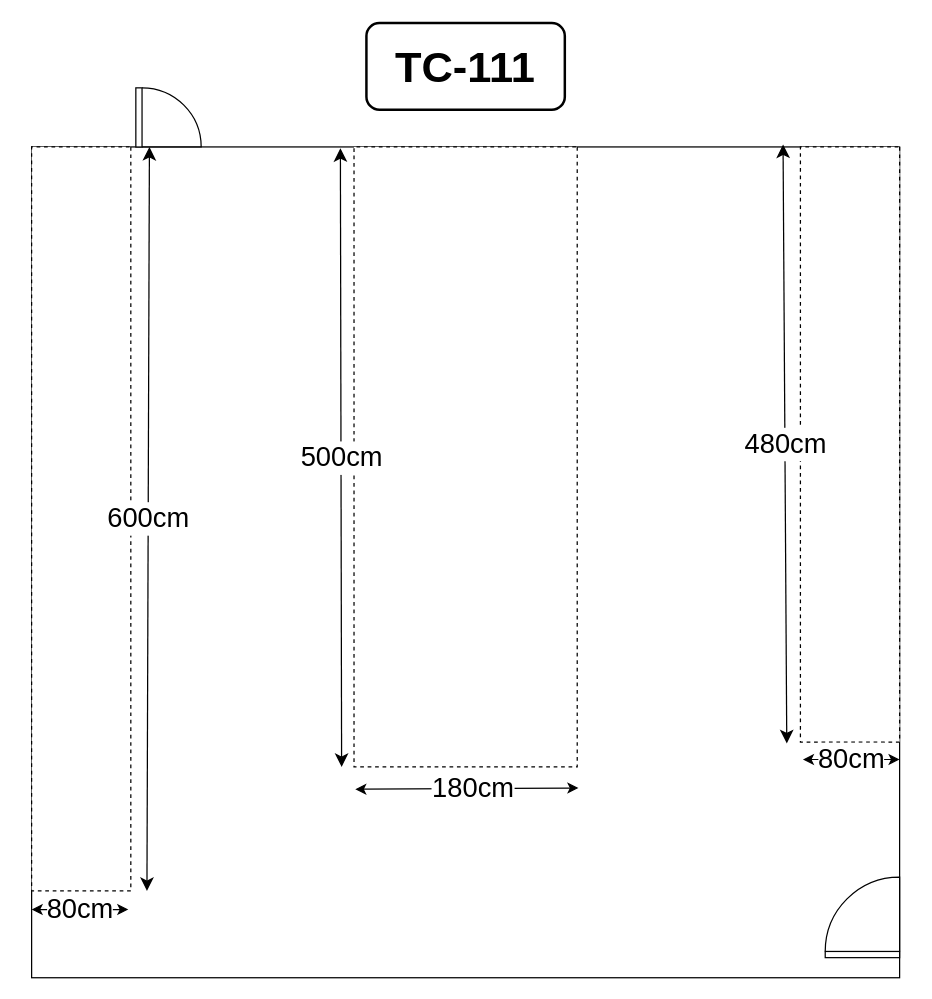
The draw.io diagram TC-111.drawio in gI7DUmmY/diagrams, before the edit. Source tidied: cells renumbered, new cells numbered last; positions are measured from the earlier drawing's top-left corner, leaving out a move shared by most shapes. Both pictures are drawn from the tidied source at 124%, with x=0, y=0 at pixel (-291, 22).
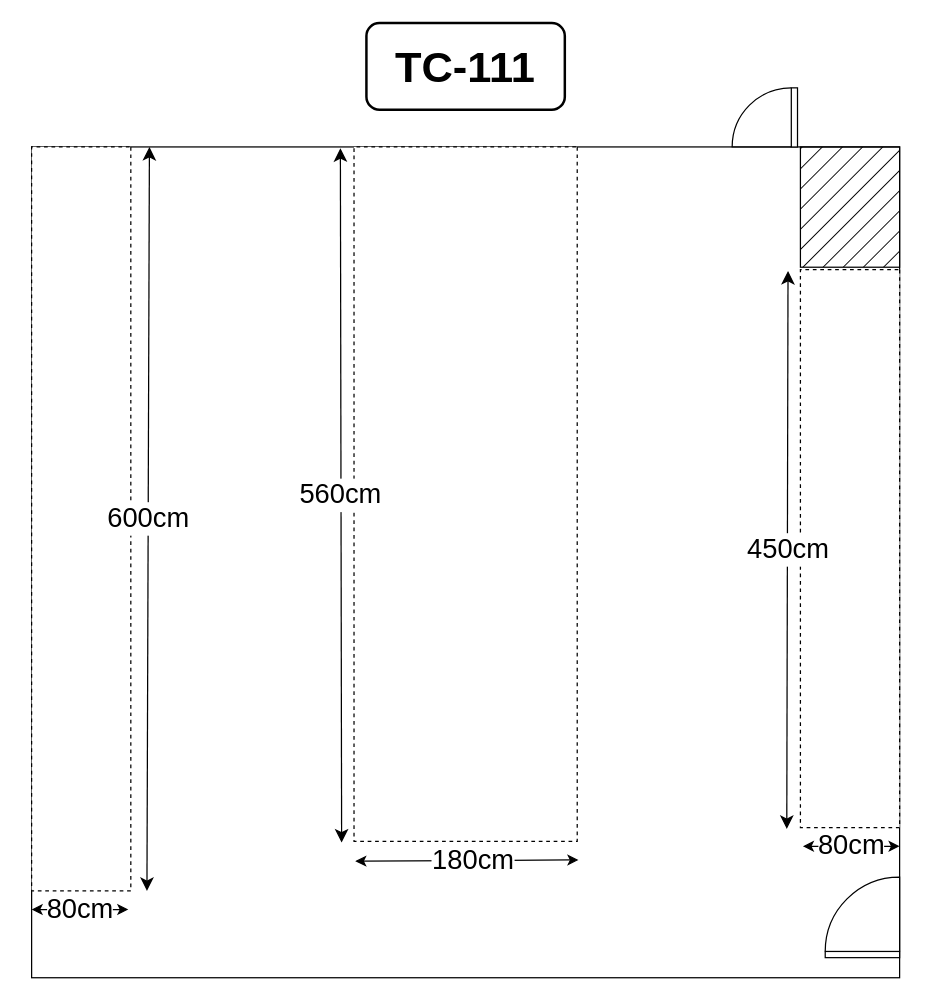
The same page after the edit.

Commit message:
Mettre à jour TC-111.drawio

Change to the diagram source:
```diff
@@
-    <mxCell id="5" value="&amp;nbsp; &amp;nbsp;&amp;nbsp;" style="verticalLabelPosition=bottom;html=1;verticalAlign=top;align=center;shape=mxgraph.floorplan.doorLeft;rotation=-90;flipV=0;legacyAnchorPoints=0;flipH=0;" parent="1" vertex="1">
-      <mxGeometry x="347" y="49.4" width="47.7" height="53.6" as="geometry" />
+    <mxCell id="5" value="&amp;nbsp; &amp;nbsp;&amp;nbsp;" style="verticalLabelPosition=bottom;html=1;verticalAlign=top;align=center;shape=mxgraph.floorplan.doorLeft;rotation=-90;flipV=1;legacyAnchorPoints=0;flipH=0;" parent="1" vertex="1">
+      <mxGeometry x="827" y="49.4" width="47.7" height="53.6" as="geometry" />
     </mxCell>
     <mxCell id="6" style="rounded=0;whiteSpace=wrap;html=1;dashed=1;rotation=90;" parent="1" vertex="1">
-      <mxGeometry x="680" y="300" width="480" height="80" as="geometry" />
+      <mxGeometry x="695" y="384" width="450" height="80" as="geometry" />
     </mxCell>
     <mxCell id="7" style="rounded=0;whiteSpace=wrap;html=1;dashed=1;rotation=90;" parent="1" vertex="1">
-      <mxGeometry x="360" y="260" width="500" height="180" as="geometry" />
+      <mxGeometry x="330" y="290" width="560" height="180" as="geometry" />
     </mxCell>
@@
-    <mxCell id="10" value="&lt;font style=&quot;font-size: 22px;&quot;&gt;500cm&lt;/font&gt;" style="edgeStyle=none;orthogonalLoop=1;jettySize=auto;html=1;endArrow=classic;startArrow=classic;endSize=8;startSize=8;rounded=0;align=center;" parent="1" edge="1">
+    <mxCell id="10" value="&lt;font style=&quot;font-size: 22px;&quot;&gt;560cm&lt;/font&gt;" style="edgeStyle=none;orthogonalLoop=1;jettySize=auto;html=1;endArrow=classic;startArrow=classic;endSize=8;startSize=8;rounded=0;align=center;" parent="1" edge="1">
       <mxGeometry relative="1" as="geometry">
         <mxPoint x="509" y="101" as="sourcePoint" />
-        <mxPoint x="510" y="600" as="targetPoint" />
+        <mxPoint x="510" y="661" as="targetPoint" />
       </mxGeometry>
     </mxCell>
-    <mxCell id="11" value="&lt;font style=&quot;font-size: 22px;&quot;&gt;480cm&lt;/font&gt;" style="edgeStyle=none;orthogonalLoop=1;jettySize=auto;html=1;endArrow=classic;startArrow=classic;endSize=8;startSize=8;rounded=0;align=center;labelBackgroundColor=default;" parent="1" edge="1">
+    <mxCell id="11" value="&lt;font style=&quot;font-size: 22px;&quot;&gt;450cm&lt;/font&gt;" style="edgeStyle=none;orthogonalLoop=1;jettySize=auto;html=1;endArrow=classic;startArrow=classic;endSize=8;startSize=8;rounded=0;align=center;labelBackgroundColor=default;" parent="1" edge="1">
       <mxGeometry relative="1" as="geometry">
-        <mxPoint x="866" y="98" as="sourcePoint" />
-        <mxPoint x="869" y="581" as="targetPoint" />
+        <mxPoint x="870" y="200" as="sourcePoint" />
+        <mxPoint x="869" y="650" as="targetPoint" />
       </mxGeometry>
     </mxCell>
@@
     <mxCell id="13" value="80cm" style="endArrow=classic;startArrow=classic;html=1;rounded=0;fontSize=22;" parent="1" edge="1">
       <mxGeometry relative="1" as="geometry">
-        <mxPoint x="882" y="594" as="sourcePoint" />
-        <mxPoint x="960" y="594" as="targetPoint" />
+        <mxPoint x="882" y="664" as="sourcePoint" />
+        <mxPoint x="960" y="664" as="targetPoint" />
       </mxGeometry>
     </mxCell>
     <mxCell id="14" value="&lt;div align=&quot;center&quot;&gt;180cm&lt;/div&gt;" style="endArrow=classic;startArrow=classic;html=1;rounded=0;fontSize=22;align=center;" parent="1" edge="1">
       <mxGeometry x="0.05" y="-1" relative="1" as="geometry">
-        <mxPoint x="521" y="618" as="sourcePoint" />
-        <mxPoint x="701" y="617" as="targetPoint" />
+        <mxPoint x="521" y="676" as="sourcePoint" />
+        <mxPoint x="701" y="675" as="targetPoint" />
       </mxGeometry>
     </mxCell>
+    <mxCell id="15" style="rounded=0;whiteSpace=wrap;html=1;fillStyle=hatch;fillColor=#000000;" parent="1" vertex="1">
+      <mxGeometry x="880" y="100" width="80" height="97" as="geometry" />
+    </mxCell>
```
